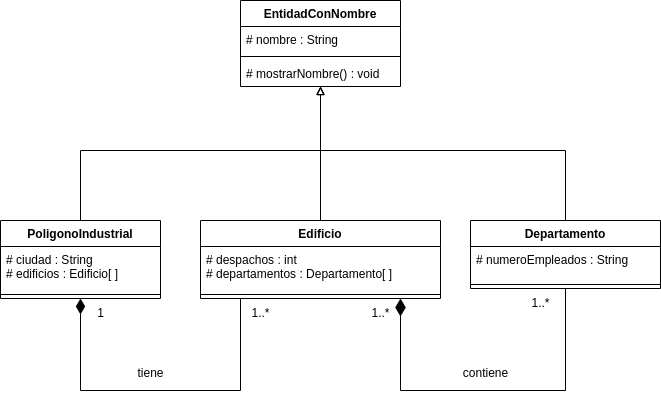
Above: Ejercicio 3.drawio.png in NaDeLocos/eed-tema4-p1 (draw.io), before the change. Source tidied: cells renumbered, new cells last; positions are measured from the earlier drawing's top-left corner, leaving out a move shared by most shapes.
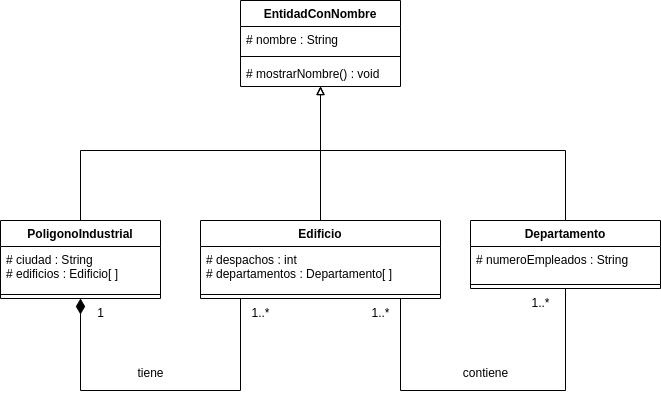
The same diagram one commit later.

Change to the diagram source:
```diff
@@ -34,7 +34,7 @@
     <mxCell id="10" style="edgeStyle=orthogonalEdgeStyle;rounded=0;jettySize=auto;html=1;endArrow=block;endFill=0;" parent="1" edge="1" source="13" target="2">
       <mxGeometry relative="1" as="geometry" />
     </mxCell>
-    <mxCell id="11" style="edgeStyle=orthogonalEdgeStyle;rounded=0;jettySize=auto;html=1;endArrow=diamondThin;endFill=1;startSize=9;endSize=15;" parent="1" edge="1" source="17" target="13">
+    <mxCell id="11" style="edgeStyle=orthogonalEdgeStyle;rounded=0;jettySize=auto;html=1;endArrow=none;endFill=0;startSize=9;endSize=15;" parent="1" edge="1" source="17" target="13">
       <mxGeometry relative="1" as="geometry">
         <Array as="points">
           <mxPoint x="565" y="390" />
```
